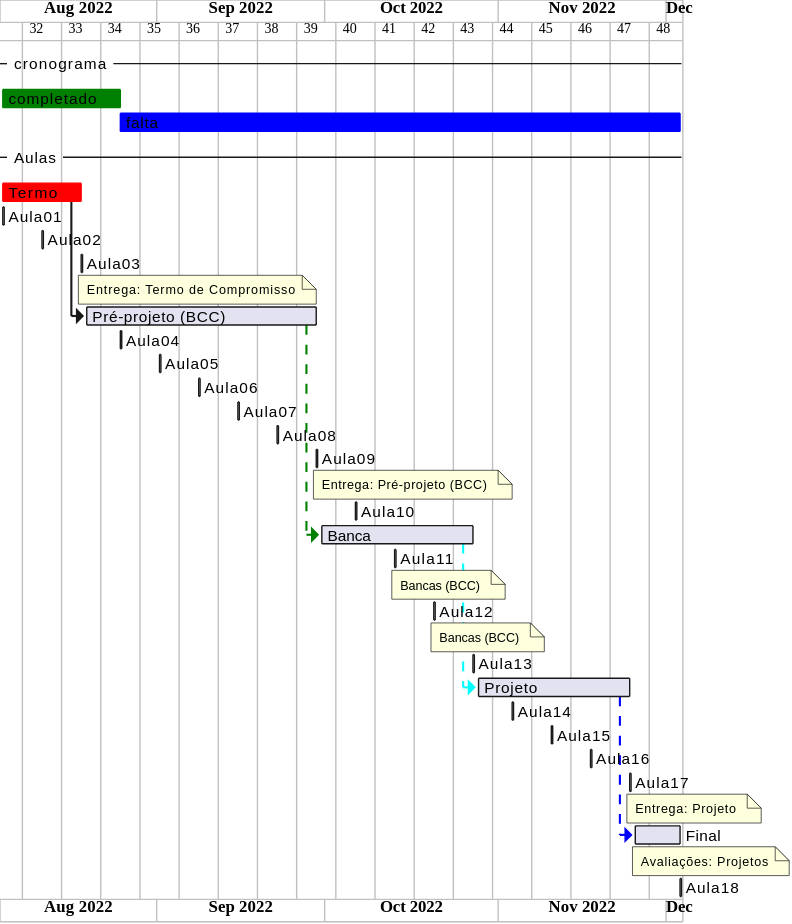
Before: svg/cronograma_BCC.svg, a diagram exported from PlantUML (dalton-reis/disciplina_TCC1_Privado).
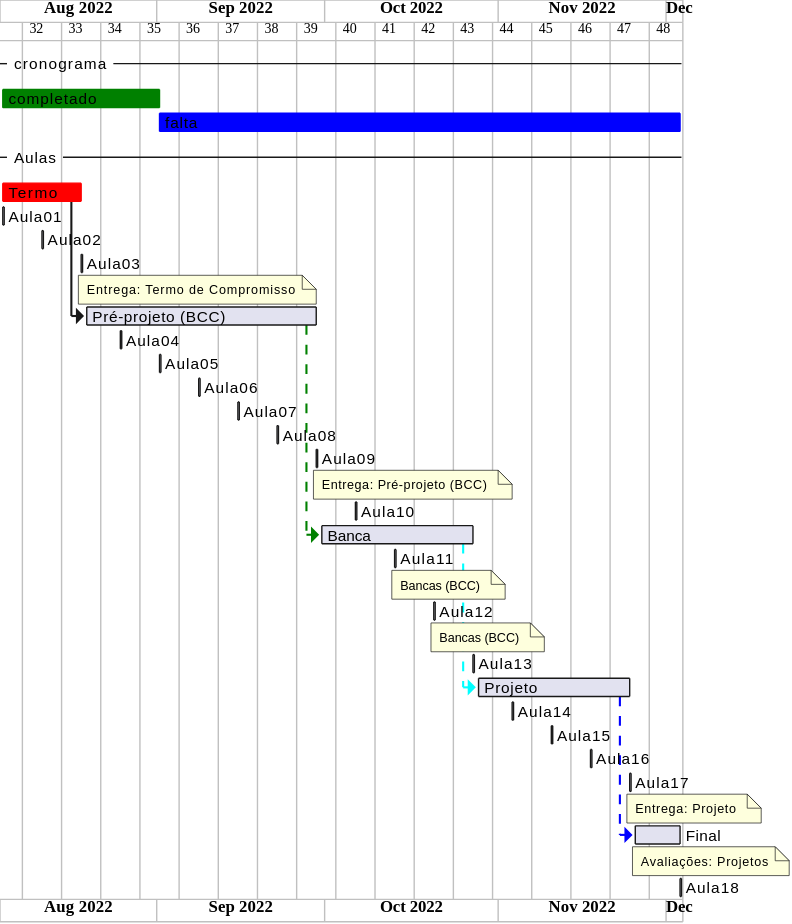
Later version of the same file.

What changed in the source:
```diff
@@ -22,7 +22,7 @@
 !$Aula18 = "2022-12-01"
 !$Aula18 = $dataFim
 
-!$dataAtual  = $Aula04
+!$dataAtual  = $Aula05
 
 ganttscale weekly
 
```
